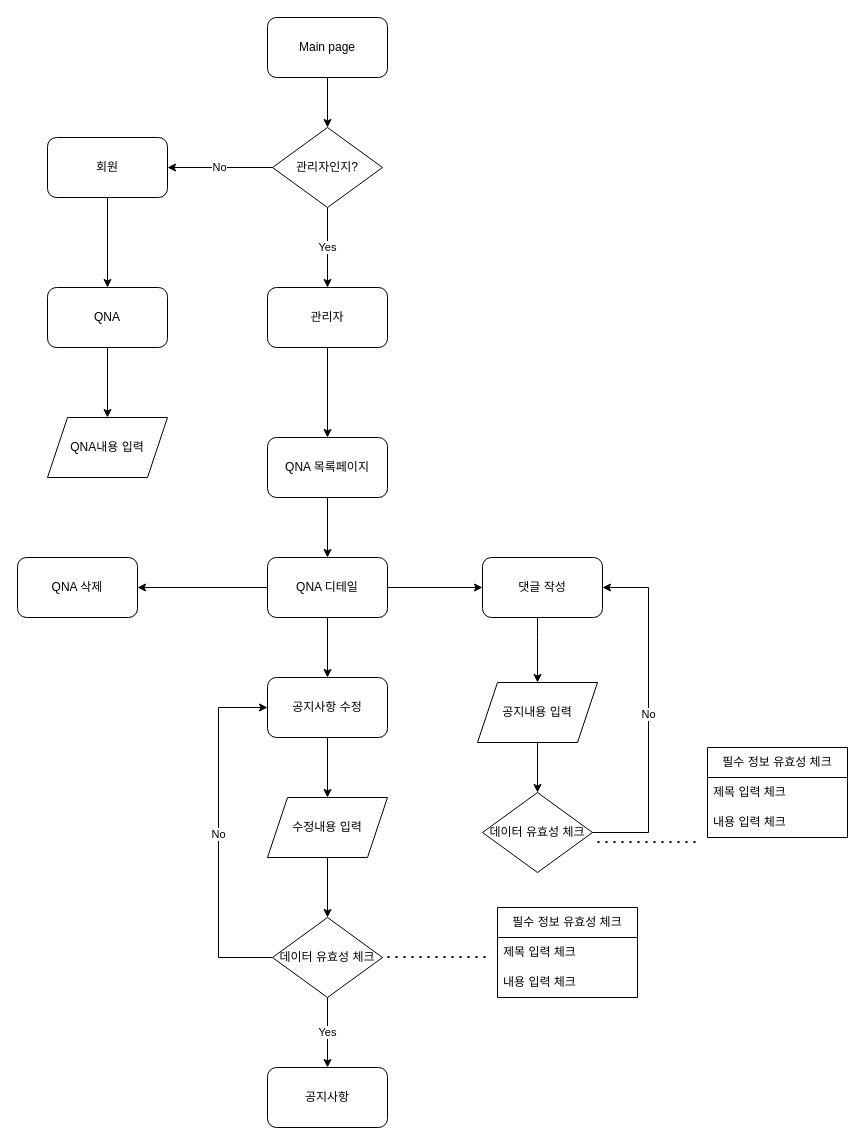
This is page "QNA" (4 of 4) of 제목 없는 다이어그램.drawio from awfawf123/workspace, a draw.io file, before an edit. Source tidied: cells renumbered, new cells numbered last; positions are measured from the earlier drawing's top-left corner, leaving out a move shared by most shapes. Both pictures are drawn from the tidied source at 100%, with x=0, y=0 at pixel (17, 17).
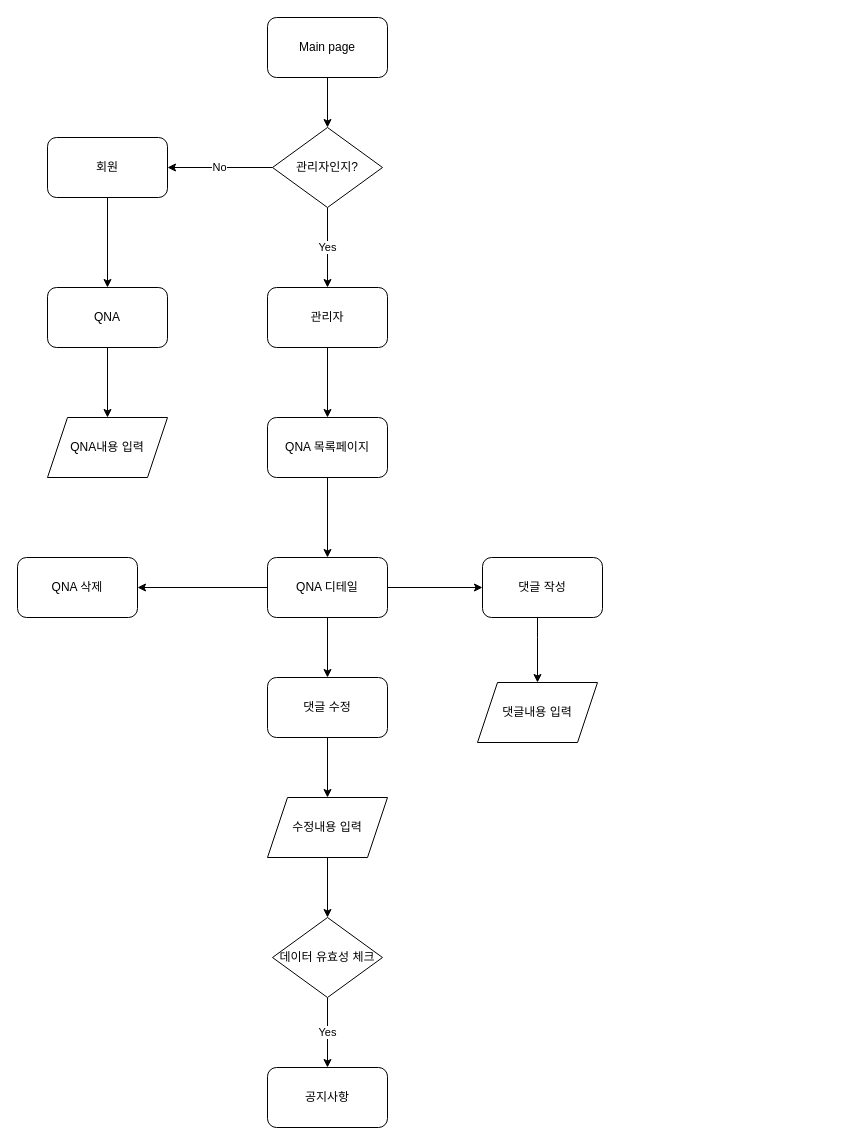
The same page after the edit.

The change refers to these unchanged cells:
```xml
<mxCell id="14" value="댓글 작성" style="rounded=1;whiteSpace=wrap;html=1;" parent="1" vertex="1">
  <mxGeometry x="465" y="540" width="120" height="60" as="geometry" />
</mxCell>
<mxCell id="36" value="데이터 유효성 체크" style="rhombus;whiteSpace=wrap;html=1;" parent="1" vertex="1">
  <mxGeometry x="255" y="900" width="110" height="80" as="geometry" />
</mxCell>
```

Change to the diagram source:
```diff
@@
-    <mxCell id="15" style="edgeStyle=orthogonalEdgeStyle;rounded=0;jettySize=auto;html=1;entryX=0.5;entryY=0;entryDx=0;entryDy=0;" parent="1" edge="1" source="16" target="26">
-      <mxGeometry relative="1" as="geometry" />
-    </mxCell>
-    <mxCell id="16" value="공지내용 입력" style="shape=parallelogram;perimeter=parallelogramPerimeter;whiteSpace=wrap;html=1;fixedSize=1;" parent="1" vertex="1">
+    <mxCell id="16" value="댓글내용 입력" style="shape=parallelogram;perimeter=parallelogramPerimeter;whiteSpace=wrap;html=1;fixedSize=1;" parent="1" vertex="1">
       <mxGeometry x="460" y="665" width="120" height="60" as="geometry" />
     </mxCell>
@@
     <mxCell id="18" value="QNA 목록페이지" style="rounded=1;whiteSpace=wrap;html=1;" parent="1" vertex="1">
-      <mxGeometry x="250" y="420" width="120" height="60" as="geometry" />
+      <mxGeometry x="250" y="400" width="120" height="60" as="geometry" />
     </mxCell>
@@
-    <mxCell id="24" value="공지사항 수정" style="rounded=1;whiteSpace=wrap;html=1;" parent="1" vertex="1">
+    <mxCell id="24" value="댓글 수정" style="rounded=1;whiteSpace=wrap;html=1;" parent="1" vertex="1">
       <mxGeometry x="250" y="660" width="120" height="60" as="geometry" />
     </mxCell>
-    <mxCell id="25" value="No" style="edgeStyle=orthogonalEdgeStyle;rounded=0;jettySize=auto;html=1;entryX=1;entryY=0.5;entryDx=0;entryDy=0;" parent="1" edge="1" source="26" target="14">
-      <mxGeometry relative="1" as="geometry">
-        <Array as="points">
-          <mxPoint x="631" y="815" />
-          <mxPoint x="631" y="570" />
-        </Array>
-      </mxGeometry>
-    </mxCell>
-    <mxCell id="26" value="데이터 유효성 체크" style="rhombus;whiteSpace=wrap;html=1;" parent="1" vertex="1">
-      <mxGeometry x="465" y="775" width="110" height="80" as="geometry" />
-    </mxCell>
-    <mxCell id="27" value="필수 정보 유효성 체크" style="swimlane;fontStyle=0;horizontal=1;startSize=30;whiteSpace=wrap;html=1;" parent="1" vertex="1">
-      <mxGeometry x="690" y="730" width="140" height="90" as="geometry" />
-    </mxCell>
-    <mxCell id="28" value="제목 입력 체크" style="text;strokeColor=none;fillColor=none;align=left;verticalAlign=middle;spacingLeft=4;spacingRight=4;overflow=hidden;whiteSpace=wrap;html=1;" parent="27" vertex="1">
-      <mxGeometry y="30" width="140" height="30" as="geometry" />
-    </mxCell>
-    <mxCell id="29" value="내용 입력 체크" style="text;strokeColor=none;fillColor=none;align=left;verticalAlign=middle;spacingLeft=4;spacingRight=4;overflow=hidden;whiteSpace=wrap;html=1;" parent="27" vertex="1">
-      <mxGeometry y="60" width="140" height="30" as="geometry" />
-    </mxCell>
-    <mxCell id="30" style="endArrow=none;dashed=1;html=1;dashPattern=1 3;strokeWidth=2;rounded=0;" parent="1" edge="1">
-      <mxGeometry relative="1" as="geometry">
-        <mxPoint x="580" y="824.5" as="sourcePoint" />
-        <mxPoint x="680" y="824.5" as="targetPoint" />
-      </mxGeometry>
-    </mxCell>
@@
-    <mxCell id="34" value="No" style="edgeStyle=orthogonalEdgeStyle;rounded=0;jettySize=auto;html=1;entryX=0;entryY=0.5;entryDx=0;entryDy=0;" parent="1" edge="1" source="36" target="24">
-      <mxGeometry relative="1" as="geometry">
-        <Array as="points">
-          <mxPoint x="201" y="940" />
-          <mxPoint x="201" y="690" />
-        </Array>
-      </mxGeometry>
-    </mxCell>
@@
-    <mxCell id="37" value="필수 정보 유효성 체크" style="swimlane;fontStyle=0;horizontal=1;startSize=30;whiteSpace=wrap;html=1;" parent="1" vertex="1">
-      <mxGeometry x="480" y="890" width="140" height="90" as="geometry" />
-    </mxCell>
-    <mxCell id="38" value="제목 입력 체크" style="text;strokeColor=none;fillColor=none;align=left;verticalAlign=middle;spacingLeft=4;spacingRight=4;overflow=hidden;whiteSpace=wrap;html=1;" parent="37" vertex="1">
-      <mxGeometry y="30" width="140" height="30" as="geometry" />
-    </mxCell>
-    <mxCell id="39" value="내용 입력 체크" style="text;strokeColor=none;fillColor=none;align=left;verticalAlign=middle;spacingLeft=4;spacingRight=4;overflow=hidden;whiteSpace=wrap;html=1;" parent="37" vertex="1">
-      <mxGeometry y="60" width="140" height="30" as="geometry" />
-    </mxCell>
-    <mxCell id="40" style="endArrow=none;dashed=1;html=1;dashPattern=1 3;strokeWidth=2;rounded=0;" parent="1" edge="1">
-      <mxGeometry relative="1" as="geometry">
-        <mxPoint x="370" y="939.5" as="sourcePoint" />
-        <mxPoint x="470" y="939.5" as="targetPoint" />
-      </mxGeometry>
-    </mxCell>
```
